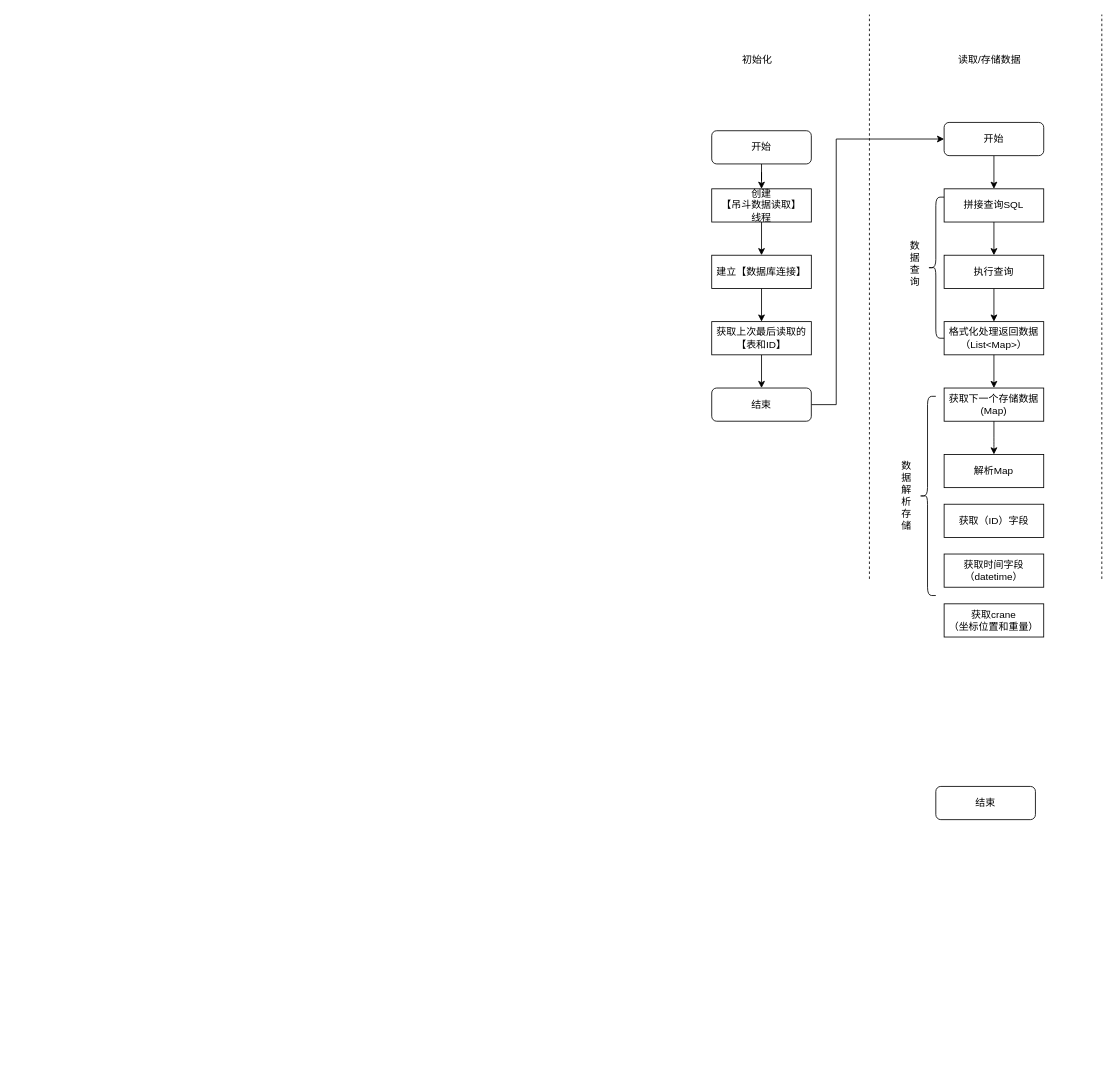
Above: 吊斗集成.drawio in llf-xyafu/hello-world (draw.io), before the change. Source tidied: cells renumbered, new cells numbered last; positions are measured from the earlier drawing's top-left corner, leaving out a move shared by most shapes. Both pictures are drawn from the tidied source at 83%, with x=0, y=0 at pixel (703, 14).
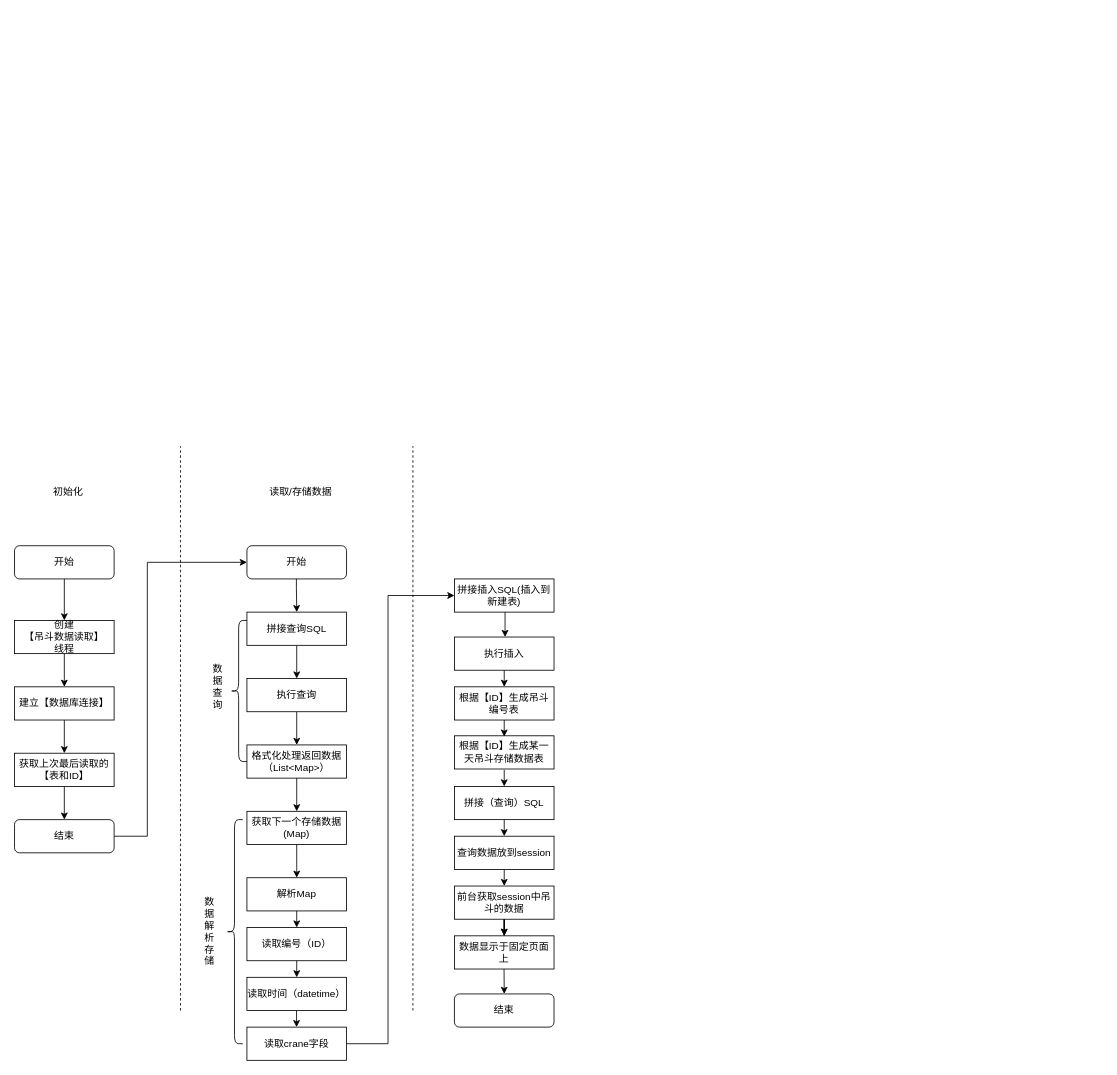
Above is the later version.

Diff of the diagram source:
```diff
@@
-    <mxCell id="2" style="edgeStyle=orthogonalEdgeStyle;rounded=0;jettySize=auto;html=1;entryX=0.5;entryY=0;entryDx=0;entryDy=0;" parent="1" edge="1" source="3" target="5">
-      <mxGeometry relative="1" as="geometry" />
-    </mxCell>
-    <mxCell id="3" value="开始" style="rounded=1;whiteSpace=wrap;html=1;" parent="1" vertex="1">
-      <mxGeometry x="10" y="140" width="120" height="40" as="geometry" />
-    </mxCell>
+    <mxCell id="35" style="edgeStyle=orthogonalEdgeStyle;rounded=0;jettySize=auto;html=1;entryX=0.5;entryY=0;entryDx=0;entryDy=0;" parent="1" edge="1" source="36" target="5">
+      <mxGeometry relative="1" as="geometry" />
+    </mxCell>
+    <mxCell id="36" value="开始" style="rounded=1;whiteSpace=wrap;html=1;" parent="1" vertex="1">
+      <mxGeometry x="-830" y="640" width="120" height="40" as="geometry" />
+    </mxCell>
@@
     <mxCell id="5" value="创建&lt;br&gt;【吊斗数据读取】&lt;br&gt;线程" style="rounded=0;whiteSpace=wrap;html=1;" parent="1" vertex="1">
-      <mxGeometry x="10" y="210" width="120" height="40" as="geometry" />
+      <mxGeometry x="-830" y="730" width="120" height="40" as="geometry" />
     </mxCell>
-    <mxCell id="6" style="endArrow=none;dashed=1;html=1;" parent="1" edge="1">
-      <mxGeometry relative="1" as="geometry">
-        <mxPoint x="200" y="680" as="sourcePoint" />
-        <mxPoint x="200" as="targetPoint" />
-      </mxGeometry>
-    </mxCell>
+    <mxCell id="37" style="endArrow=none;dashed=1;html=1;" parent="1" edge="1">
+      <mxGeometry relative="1" as="geometry">
+        <mxPoint x="-630" y="1200" as="sourcePoint" />
+        <mxPoint x="-630" y="520" as="targetPoint" />
+      </mxGeometry>
+    </mxCell>
     <mxCell id="7" value="初始化" style="text;html=1;strokeColor=none;fillColor=none;align=center;verticalAlign=middle;whiteSpace=wrap;rounded=0;" parent="1" vertex="1">
-      <mxGeometry y="40" width="130" height="30" as="geometry" />
+      <mxGeometry x="-830" y="560" width="130" height="30" as="geometry" />
     </mxCell>
-    <mxCell id="8" style="edgeStyle=orthogonalEdgeStyle;rounded=0;jettySize=auto;html=1;entryX=0.5;entryY=0;entryDx=0;entryDy=0;" parent="1" edge="1" source="9" target="26">
-      <mxGeometry relative="1" as="geometry" />
-    </mxCell>
-    <mxCell id="9" value="开始" style="rounded=1;whiteSpace=wrap;html=1;" parent="1" vertex="1">
-      <mxGeometry x="290" y="130" width="120" height="40" as="geometry" />
-    </mxCell>
+    <mxCell id="38" value="开始" style="rounded=1;whiteSpace=wrap;html=1;" parent="1" vertex="1">
+      <mxGeometry x="-550" y="640" width="120" height="40" as="geometry" />
+    </mxCell>
+    <mxCell id="12" value="读取/存储数据" style="text;html=1;strokeColor=none;fillColor=none;align=center;verticalAlign=middle;whiteSpace=wrap;rounded=0;" parent="1" vertex="1">
+      <mxGeometry x="-550" y="560" width="130" height="30" as="geometry" />
+    </mxCell>
+    <mxCell id="39" style="endArrow=none;dashed=1;html=1;" parent="1" edge="1">
+      <mxGeometry relative="1" as="geometry">
+        <mxPoint x="-350" y="1200" as="sourcePoint" />
+        <mxPoint x="-350" y="520" as="targetPoint" />
+      </mxGeometry>
+    </mxCell>
+    <mxCell id="14" style="edgeStyle=orthogonalEdgeStyle;rounded=0;jettySize=auto;html=1;entryX=0.5;entryY=0;entryDx=0;entryDy=0;" parent="1" edge="1" source="15" target="20">
+      <mxGeometry relative="1" as="geometry" />
+    </mxCell>
+    <mxCell id="15" value="建立【数据库连接】" style="rounded=0;whiteSpace=wrap;html=1;" parent="1" vertex="1">
+      <mxGeometry x="-830" y="810" width="120" height="40" as="geometry" />
+    </mxCell>
+    <mxCell id="40" style="edgeStyle=orthogonalEdgeStyle;rounded=0;jettySize=auto;html=1;entryX=0;entryY=0.5;entryDx=0;entryDy=0;exitX=1;exitY=0.5;exitDx=0;exitDy=0;" parent="1" edge="1" source="41" target="38">
+      <mxGeometry relative="1" as="geometry">
+        <Array as="points">
+          <mxPoint x="-670" y="990" />
+          <mxPoint x="-670" y="660" />
+        </Array>
+      </mxGeometry>
+    </mxCell>
+    <mxCell id="41" value="结束" style="rounded=1;whiteSpace=wrap;html=1;" parent="1" vertex="1">
+      <mxGeometry x="-830" y="970" width="120" height="40" as="geometry" />
+    </mxCell>
+    <mxCell id="42" style="edgeStyle=orthogonalEdgeStyle;rounded=0;jettySize=auto;html=1;entryX=0.5;entryY=0;entryDx=0;entryDy=0;" parent="1" edge="1" source="20" target="41">
+      <mxGeometry relative="1" as="geometry" />
+    </mxCell>
+    <mxCell id="20" value="获取上次最后读取的&lt;br&gt;【表和ID】" style="rounded=0;whiteSpace=wrap;html=1;" parent="1" vertex="1">
+      <mxGeometry x="-830" y="890" width="120" height="40" as="geometry" />
+    </mxCell>
+    <mxCell id="43" style="edgeStyle=orthogonalEdgeStyle;rounded=0;orthogonalLoop=1;jettySize=auto;html=1;" parent="1" edge="1">
+      <mxGeometry relative="1" as="geometry">
+        <mxPoint x="-490.4" y="680" as="sourcePoint" />
+        <mxPoint x="-490" y="720" as="targetPoint" />
+        <Array as="points">
+          <mxPoint x="-490" y="690" />
+          <mxPoint x="-490" y="690" />
+        </Array>
+      </mxGeometry>
+    </mxCell>
@@
     <mxCell id="11" value="执行查询" style="rounded=0;whiteSpace=wrap;html=1;" parent="1" vertex="1">
-      <mxGeometry x="290" y="290" width="120" height="40" as="geometry" />
+      <mxGeometry x="-550" y="800" width="120" height="40" as="geometry" />
     </mxCell>
-    <mxCell id="12" value="读取/存储数据" style="text;html=1;strokeColor=none;fillColor=none;align=center;verticalAlign=middle;whiteSpace=wrap;rounded=0;" parent="1" vertex="1">
-      <mxGeometry x="280" y="40" width="130" height="30" as="geometry" />
-    </mxCell>
-    <mxCell id="13" style="endArrow=none;dashed=1;html=1;" parent="1" edge="1">
-      <mxGeometry relative="1" as="geometry">
-        <mxPoint x="480" y="680" as="sourcePoint" />
-        <mxPoint x="480" as="targetPoint" />
-      </mxGeometry>
-    </mxCell>
-    <mxCell id="14" style="edgeStyle=orthogonalEdgeStyle;rounded=0;jettySize=auto;html=1;entryX=0.5;entryY=0;entryDx=0;entryDy=0;" parent="1" edge="1" source="15" target="20">
-      <mxGeometry relative="1" as="geometry" />
-    </mxCell>
-    <mxCell id="15" value="建立【数据库连接】" style="rounded=0;whiteSpace=wrap;html=1;" parent="1" vertex="1">
-      <mxGeometry x="10" y="290" width="120" height="40" as="geometry" />
-    </mxCell>
-    <mxCell id="16" style="edgeStyle=orthogonalEdgeStyle;rounded=0;jettySize=auto;html=1;entryX=0;entryY=0.5;entryDx=0;entryDy=0;exitX=1;exitY=0.5;exitDx=0;exitDy=0;" parent="1" edge="1" source="18" target="9">
-      <mxGeometry relative="1" as="geometry">
-        <Array as="points">
-          <mxPoint x="160" y="470" />
-          <mxPoint x="160" y="150" />
-        </Array>
-      </mxGeometry>
-    </mxCell>
     <mxCell id="17" value="格式化处理返回数据&lt;br&gt;（List&amp;lt;Map&amp;gt;）" style="rounded=0;whiteSpace=wrap;html=1;" parent="1" vertex="1">
-      <mxGeometry x="290" y="370" width="120" height="40" as="geometry" />
+      <mxGeometry x="-550" y="880" width="120" height="40" as="geometry" />
     </mxCell>
-    <mxCell id="18" value="结束" style="rounded=1;whiteSpace=wrap;html=1;" parent="1" vertex="1">
-      <mxGeometry x="10" y="450" width="120" height="40" as="geometry" />
-    </mxCell>
-    <mxCell id="19" style="edgeStyle=orthogonalEdgeStyle;rounded=0;jettySize=auto;html=1;entryX=0.5;entryY=0;entryDx=0;entryDy=0;" parent="1" edge="1" source="20" target="18">
-      <mxGeometry relative="1" as="geometry" />
-    </mxCell>
-    <mxCell id="20" value="获取上次最后读取的&lt;br&gt;【表和ID】" style="rounded=0;whiteSpace=wrap;html=1;" parent="1" vertex="1">
-      <mxGeometry x="10" y="370" width="120" height="40" as="geometry" />
-    </mxCell>
     <mxCell id="21" value="获取下一个存储数据&lt;br&gt;(Map)" style="rounded=0;whiteSpace=wrap;html=1;" parent="1" vertex="1">
-      <mxGeometry x="290" y="450" width="120" height="40" as="geometry" />
+      <mxGeometry x="-550" y="960" width="120" height="40" as="geometry" />
     </mxCell>
@@
-    <mxCell id="23" value="结束" style="rounded=1;whiteSpace=wrap;html=1;" parent="1" vertex="1">
-      <mxGeometry x="280" y="930" width="120" height="40" as="geometry" />
-    </mxCell>
-    <mxCell id="24" style="endArrow=classic;html=1;strokeWidth=1;exitX=0.5;exitY=1;exitDx=0;exitDy=0;" parent="1" edge="1" source="21">
-      <mxGeometry relative="1" as="geometry">
-        <mxPoint x="350" y="530" as="targetPoint" />
-        <Array as="points">
-          <mxPoint x="350" y="520" />
-        </Array>
-      </mxGeometry>
-    </mxCell>
+    <mxCell id="44" style="endArrow=classic;html=1;strokeWidth=1;exitX=0.5;exitY=1;exitDx=0;exitDy=0;" parent="1" edge="1" source="21">
+      <mxGeometry relative="1" as="geometry">
+        <mxPoint x="-490" y="1040" as="targetPoint" />
+        <Array as="points">
+          <mxPoint x="-490" y="1030" />
+        </Array>
+      </mxGeometry>
+    </mxCell>
@@
     <mxCell id="26" value="拼接查询SQL" style="rounded=0;whiteSpace=wrap;html=1;" parent="1" vertex="1">
-      <mxGeometry x="290" y="210" width="120" height="40" as="geometry" />
+      <mxGeometry x="-550" y="720" width="120" height="40" as="geometry" />
     </mxCell>
-    <mxCell id="27" style="shape=curlyBracket;whiteSpace=wrap;html=1;rounded=1;size=0.5;" parent="1" vertex="1">
-      <mxGeometry x="270" y="220" width="20" height="170" as="geometry" />
-    </mxCell>
+    <mxCell id="45" style="shape=curlyBracket;whiteSpace=wrap;html=1;rounded=1;size=0.5;" parent="1" vertex="1">
+      <mxGeometry x="-570" y="730" width="20" height="170" as="geometry" />
+    </mxCell>
     <mxCell id="28" value="数&lt;br&gt;据&lt;br&gt;查&lt;br&gt;询" style="text;html=1;strokeColor=none;fillColor=none;align=center;verticalAlign=middle;whiteSpace=wrap;rounded=0;" parent="1" vertex="1">
-      <mxGeometry x="240" y="270" width="30" height="60" as="geometry" />
+      <mxGeometry x="-600" y="780" width="30" height="60" as="geometry" />
     </mxCell>
     <mxCell id="29" value="解析Map" style="rounded=0;whiteSpace=wrap;html=1;" parent="1" vertex="1">
-      <mxGeometry x="290" y="530" width="120" height="40" as="geometry" />
+      <mxGeometry x="-550" y="1040" width="120" height="40" as="geometry" />
     </mxCell>
-    <mxCell id="30" style="shape=curlyBracket;whiteSpace=wrap;html=1;rounded=1;size=0.5;" parent="1" vertex="1">
-      <mxGeometry x="260" y="460" width="20" height="240" as="geometry" />
-    </mxCell>
+    <mxCell id="46" style="shape=curlyBracket;whiteSpace=wrap;html=1;rounded=1;size=0.5;" parent="1" vertex="1">
+      <mxGeometry x="-575" y="970" width="20" height="270" as="geometry" />
+    </mxCell>
     <mxCell id="31" value="数&lt;br&gt;据&lt;br&gt;解&lt;br&gt;析&lt;br&gt;存&lt;br&gt;储" style="text;html=1;strokeColor=none;fillColor=none;align=center;verticalAlign=middle;whiteSpace=wrap;rounded=0;" parent="1" vertex="1">
-      <mxGeometry x="230" y="550" width="30" height="60" as="geometry" />
+      <mxGeometry x="-610" y="1075" width="30" height="60" as="geometry" />
     </mxCell>
-    <mxCell id="32" value="获取（ID）字段" style="rounded=0;whiteSpace=wrap;html=1;" parent="1" vertex="1">
-      <mxGeometry x="290" y="590" width="120" height="40" as="geometry" />
-    </mxCell>
-    <mxCell id="33" value="获取时间字段（datetime）" style="rounded=0;whiteSpace=wrap;html=1;" parent="1" vertex="1">
-      <mxGeometry x="290" y="650" width="120" height="40" as="geometry" />
-    </mxCell>
-    <mxCell id="34" value="获取crane&lt;br&gt;（坐标位置和重量）" style="rounded=0;whiteSpace=wrap;html=1;" parent="1" vertex="1">
-      <mxGeometry x="290" y="710" width="120" height="40" as="geometry" />
-    </mxCell>
+    <mxCell id="47" value="读取编号（ID）" style="rounded=0;whiteSpace=wrap;html=1;" parent="1" vertex="1">
+      <mxGeometry x="-550" y="1100" width="120" height="40" as="geometry" />
+    </mxCell>
+    <mxCell id="48" value="读取时间（datetime）" style="rounded=0;whiteSpace=wrap;html=1;" parent="1" vertex="1">
+      <mxGeometry x="-550" y="1160" width="120" height="40" as="geometry" />
+    </mxCell>
+    <mxCell id="49" value="读取crane字段" style="rounded=0;whiteSpace=wrap;html=1;" parent="1" vertex="1">
+      <mxGeometry x="-550" y="1220" width="120" height="40" as="geometry" />
+    </mxCell>
+    <mxCell id="50" style="endArrow=classic;html=1;exitX=0.5;exitY=1;exitDx=0;exitDy=0;" parent="1" edge="1" source="47">
+      <mxGeometry relative="1" as="geometry">
+        <mxPoint x="-490" y="1160" as="targetPoint" />
+      </mxGeometry>
+    </mxCell>
+    <mxCell id="51" style="endArrow=classic;html=1;exitX=0.5;exitY=1;exitDx=0;exitDy=0;entryX=0.5;entryY=0;entryDx=0;entryDy=0;" parent="1" edge="1" source="29" target="47">
+      <mxGeometry relative="1" as="geometry" />
+    </mxCell>
+    <mxCell id="52" style="endArrow=classic;html=1;exitX=0.5;exitY=1;exitDx=0;exitDy=0;" parent="1" edge="1">
+      <mxGeometry relative="1" as="geometry">
+        <mxPoint x="-490.2" y="1200" as="sourcePoint" />
+        <mxPoint x="-490.2" y="1220" as="targetPoint" />
+      </mxGeometry>
+    </mxCell>
+    <mxCell id="53" value="拼接插入SQL(插入到新建表)" style="rounded=0;whiteSpace=wrap;html=1;" parent="1" vertex="1">
+      <mxGeometry x="-300" y="680" width="120" height="40" as="geometry" />
+    </mxCell>
+    <mxCell id="54" style="edgeStyle=orthogonalEdgeStyle;rounded=0;jettySize=auto;html=1;exitX=1;exitY=0.5;exitDx=0;exitDy=0;entryX=0;entryY=0.5;entryDx=0;entryDy=0;" parent="1" edge="1" source="49" target="53">
+      <mxGeometry relative="1" as="geometry">
+        <Array as="points">
+          <mxPoint x="-380" y="1240" />
+          <mxPoint x="-380" y="700" />
+        </Array>
+      </mxGeometry>
+    </mxCell>
+    <mxCell id="55" value="根据【ID】生成吊斗编号表" style="rounded=0;whiteSpace=wrap;html=1;" parent="1" vertex="1">
+      <mxGeometry x="-300" y="810" width="120" height="40" as="geometry" />
+    </mxCell>
+    <mxCell id="56" value="执行插入" style="rounded=0;whiteSpace=wrap;html=1;" parent="1" vertex="1">
+      <mxGeometry x="-300" y="750" width="120" height="40" as="geometry" />
+    </mxCell>
+    <mxCell id="57" value="根据【ID】生成某一天吊斗存储数据表" style="rounded=0;whiteSpace=wrap;html=1;" parent="1" vertex="1">
+      <mxGeometry x="-300" y="869" width="120" height="40" as="geometry" />
+    </mxCell>
+    <mxCell id="58" value="拼接（查询）SQL" style="rounded=0;whiteSpace=wrap;html=1;" parent="1" vertex="1">
+      <mxGeometry x="-300" y="930" width="120" height="40" as="geometry" />
+    </mxCell>
+    <mxCell id="59" value="查询数据放到session" style="rounded=0;whiteSpace=wrap;html=1;" parent="1" vertex="1">
+      <mxGeometry x="-300" y="990" width="120" height="40" as="geometry" />
+    </mxCell>
+    <mxCell id="60" style="edgeStyle=orthogonalEdgeStyle;rounded=0;jettySize=auto;html=1;" parent="1" edge="1" source="61" target="69">
+      <mxGeometry relative="1" as="geometry" />
+    </mxCell>
+    <mxCell id="61" value="前台获取session中吊斗的数据" style="rounded=0;whiteSpace=wrap;html=1;" parent="1" vertex="1">
+      <mxGeometry x="-300" y="1050" width="120" height="40" as="geometry" />
+    </mxCell>
+    <mxCell id="62" style="edgeStyle=orthogonalEdgeStyle;rounded=0;orthogonalLoop=1;jettySize=auto;html=1;" parent="1" edge="1">
+      <mxGeometry relative="1" as="geometry">
+        <mxPoint x="-239" y="720" as="sourcePoint" />
+        <mxPoint x="-239" y="750" as="targetPoint" />
+        <Array as="points">
+          <mxPoint x="-239" y="740" />
+          <mxPoint x="-239" y="740" />
+        </Array>
+      </mxGeometry>
+    </mxCell>
+    <mxCell id="63" style="edgeStyle=orthogonalEdgeStyle;rounded=0;orthogonalLoop=1;jettySize=auto;html=1;" parent="1" edge="1">
+      <mxGeometry relative="1" as="geometry">
+        <mxPoint x="-240.2" y="790" as="sourcePoint" />
+        <mxPoint x="-240" y="810" as="targetPoint" />
+        <Array as="points">
+          <mxPoint x="-240.2" y="810" />
+          <mxPoint x="-240.2" y="810" />
+        </Array>
+      </mxGeometry>
+    </mxCell>
+    <mxCell id="64" style="edgeStyle=orthogonalEdgeStyle;rounded=0;orthogonalLoop=1;jettySize=auto;html=1;" parent="1" edge="1">
+      <mxGeometry relative="1" as="geometry">
+        <mxPoint x="-240.2" y="850" as="sourcePoint" />
+        <mxPoint x="-240" y="870" as="targetPoint" />
+        <Array as="points">
+          <mxPoint x="-240.2" y="870" />
+          <mxPoint x="-240.2" y="870" />
+        </Array>
+      </mxGeometry>
+    </mxCell>
+    <mxCell id="65" style="edgeStyle=orthogonalEdgeStyle;rounded=0;orthogonalLoop=1;jettySize=auto;html=1;" parent="1" edge="1">
+      <mxGeometry relative="1" as="geometry">
+        <mxPoint x="-240.2" y="910" as="sourcePoint" />
+        <mxPoint x="-240" y="930" as="targetPoint" />
+        <Array as="points">
+          <mxPoint x="-240.2" y="930" />
+          <mxPoint x="-240.2" y="930" />
+        </Array>
+      </mxGeometry>
+    </mxCell>
+    <mxCell id="66" style="edgeStyle=orthogonalEdgeStyle;rounded=0;orthogonalLoop=1;jettySize=auto;html=1;" parent="1" edge="1">
+      <mxGeometry relative="1" as="geometry">
+        <mxPoint x="-240.2" y="970" as="sourcePoint" />
+        <mxPoint x="-240" y="990" as="targetPoint" />
+        <Array as="points">
+          <mxPoint x="-240.2" y="990" />
+          <mxPoint x="-240.2" y="990" />
+        </Array>
+      </mxGeometry>
+    </mxCell>
+    <mxCell id="67" style="edgeStyle=orthogonalEdgeStyle;rounded=0;orthogonalLoop=1;jettySize=auto;html=1;" parent="1" edge="1">
+      <mxGeometry relative="1" as="geometry">
+        <mxPoint x="-240.2" y="1030" as="sourcePoint" />
+        <mxPoint x="-240" y="1050" as="targetPoint" />
+        <Array as="points">
+          <mxPoint x="-240.2" y="1050" />
+          <mxPoint x="-240.2" y="1050" />
+        </Array>
+      </mxGeometry>
+    </mxCell>
+    <mxCell id="68" value="结束" style="rounded=1;whiteSpace=wrap;html=1;" parent="1" vertex="1">
+      <mxGeometry x="-300" y="1180" width="120" height="40" as="geometry" />
+    </mxCell>
+    <mxCell id="69" value="数据显示于固定页面上" style="rounded=0;whiteSpace=wrap;html=1;" parent="1" vertex="1">
+      <mxGeometry x="-300" y="1110" width="120" height="40" as="geometry" />
+    </mxCell>
+    <mxCell id="70" style="edgeStyle=orthogonalEdgeStyle;rounded=0;orthogonalLoop=1;jettySize=auto;html=1;" parent="1" edge="1">
+      <mxGeometry relative="1" as="geometry">
+        <mxPoint x="-240.2" y="1090" as="sourcePoint" />
+        <mxPoint x="-240" y="1110" as="targetPoint" />
+        <Array as="points">
+          <mxPoint x="-240.2" y="1110" />
+          <mxPoint x="-240.2" y="1110" />
+        </Array>
+      </mxGeometry>
+    </mxCell>
+    <mxCell id="71" style="edgeStyle=orthogonalEdgeStyle;rounded=0;jettySize=auto;html=1;entryX=0.5;entryY=0;entryDx=0;entryDy=0;" parent="1" edge="1" target="68">
+      <mxGeometry relative="1" as="geometry">
+        <mxPoint x="-240.2" y="1150" as="sourcePoint" />
+      </mxGeometry>
+    </mxCell>
```
